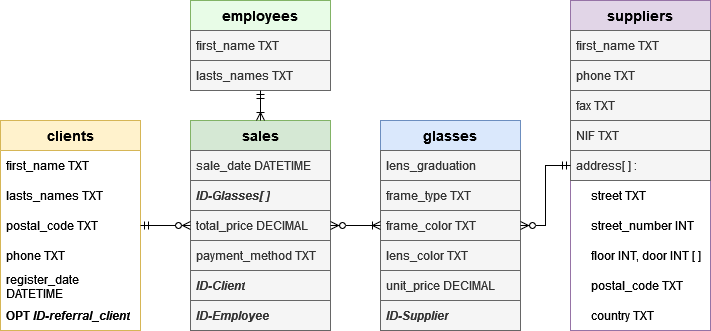
Before: T3_mongodb/modelOptica.drawio.png, a diagram exported from draw.io (carlajuani/Sprint2). Source tidied: cells renumbered, new cells last; positions are measured from the earlier drawing's top-left corner, leaving out a move shared by most shapes. Its diagram source:
```xml
<mxGraphModel>
  <root>
    <mxCell id="0" />
    <mxCell id="1" parent="0" />
    <mxCell id="2" value="&lt;font style=&quot;font-size: 14px;&quot;&gt;&lt;b&gt;employees&lt;/b&gt;&lt;/font&gt;" style="swimlane;fontStyle=0;horizontal=1;startSize=30;whiteSpace=wrap;html=1;fillColor=#E8FCE7;strokeColor=#82b366;" parent="1" vertex="1">
      <mxGeometry x="190" width="140" height="90" as="geometry" />
    </mxCell>
    <mxCell id="3" value="first_name TXT" style="text;strokeColor=#666666;fillColor=#f5f5f5;align=left;verticalAlign=middle;spacingLeft=4;spacingRight=4;overflow=hidden;whiteSpace=wrap;html=1;fontColor=#333333;" parent="2" vertex="1">
      <mxGeometry y="30" width="140" height="30" as="geometry" />
    </mxCell>
    <mxCell id="4" value="lasts_names TXT" style="text;strokeColor=#666666;fillColor=#f5f5f5;align=left;verticalAlign=middle;spacingLeft=4;spacingRight=4;overflow=hidden;whiteSpace=wrap;html=1;fontColor=#333333;" parent="2" vertex="1">
      <mxGeometry y="60" width="140" height="30" as="geometry" />
    </mxCell>
    <mxCell id="5" value="&lt;font size=&quot;1&quot;&gt;&lt;b style=&quot;font-size: 14px;&quot;&gt;sales&lt;/b&gt;&lt;/font&gt;" style="swimlane;fontStyle=0;horizontal=1;startSize=30;whiteSpace=wrap;html=1;fillColor=#d5e8d4;strokeColor=#82b366;" parent="1" vertex="1">
      <mxGeometry x="190" y="120" width="140" height="210" as="geometry" />
    </mxCell>
    <mxCell id="6" value="sale_date DATETIME" style="text;strokeColor=#666666;fillColor=#f5f5f5;align=left;verticalAlign=middle;spacingLeft=4;spacingRight=4;overflow=hidden;whiteSpace=wrap;html=1;fontColor=#333333;" parent="5" vertex="1">
      <mxGeometry y="30" width="140" height="30" as="geometry" />
    </mxCell>
    <mxCell id="7" value="&lt;b&gt;&lt;i&gt;ID-Glasses[ ]&lt;/i&gt;&lt;/b&gt;" style="text;strokeColor=#666666;fillColor=#f5f5f5;align=left;verticalAlign=middle;spacingLeft=4;spacingRight=4;overflow=hidden;whiteSpace=wrap;html=1;fontColor=#333333;" parent="5" vertex="1">
      <mxGeometry y="60" width="140" height="30" as="geometry" />
    </mxCell>
    <mxCell id="8" value="total_price DECIMAL" style="text;strokeColor=#666666;fillColor=#f5f5f5;align=left;verticalAlign=middle;spacingLeft=4;spacingRight=4;overflow=hidden;whiteSpace=wrap;html=1;fontColor=#333333;" parent="5" vertex="1">
      <mxGeometry y="90" width="140" height="30" as="geometry" />
    </mxCell>
    <mxCell id="9" value="payment_method TXT" style="text;strokeColor=#666666;fillColor=#f5f5f5;align=left;verticalAlign=middle;spacingLeft=4;spacingRight=4;overflow=hidden;whiteSpace=wrap;html=1;fontColor=#333333;" parent="5" vertex="1">
      <mxGeometry y="120" width="140" height="30" as="geometry" />
    </mxCell>
    <mxCell id="10" value="&lt;i&gt;&lt;b&gt;ID-Client&lt;/b&gt;&lt;/i&gt;" style="text;strokeColor=#666666;fillColor=#f5f5f5;align=left;verticalAlign=middle;spacingLeft=4;spacingRight=4;overflow=hidden;whiteSpace=wrap;html=1;fontColor=#333333;" parent="5" vertex="1">
      <mxGeometry y="150" width="140" height="30" as="geometry" />
    </mxCell>
    <mxCell id="11" value="&lt;i&gt;&lt;b&gt;ID-Employee&lt;/b&gt;&lt;/i&gt;" style="text;strokeColor=#666666;fillColor=#f5f5f5;align=left;verticalAlign=middle;spacingLeft=4;spacingRight=4;overflow=hidden;whiteSpace=wrap;html=1;fontColor=#333333;" parent="5" vertex="1">
      <mxGeometry y="180" width="140" height="30" as="geometry" />
    </mxCell>
    <mxCell id="12" value="&lt;b&gt;&lt;font style=&quot;font-size: 14px;&quot;&gt;glasses&lt;/font&gt;&lt;/b&gt;" style="swimlane;fontStyle=0;horizontal=1;startSize=30;whiteSpace=wrap;html=1;fillColor=#dae8fc;strokeColor=#6c8ebf;" parent="1" vertex="1">
      <mxGeometry x="380" y="120" width="140" height="210" as="geometry" />
    </mxCell>
    <mxCell id="13" value="lens_graduation" style="text;strokeColor=#666666;fillColor=#f5f5f5;align=left;verticalAlign=middle;spacingLeft=4;spacingRight=4;overflow=hidden;whiteSpace=wrap;html=1;fontColor=#333333;" parent="12" vertex="1">
      <mxGeometry y="30" width="140" height="30" as="geometry" />
    </mxCell>
    <mxCell id="14" value="frame_type TXT" style="text;strokeColor=#666666;fillColor=#f5f5f5;align=left;verticalAlign=middle;spacingLeft=4;spacingRight=4;overflow=hidden;whiteSpace=wrap;html=1;fontColor=#333333;" parent="12" vertex="1">
      <mxGeometry y="60" width="140" height="30" as="geometry" />
    </mxCell>
    <mxCell id="15" value="frame_color TXT" style="text;strokeColor=#666666;fillColor=#f5f5f5;align=left;verticalAlign=middle;spacingLeft=4;spacingRight=4;overflow=hidden;whiteSpace=wrap;html=1;fontColor=#333333;" parent="12" vertex="1">
      <mxGeometry y="90" width="140" height="30" as="geometry" />
    </mxCell>
    <mxCell id="16" value="lens_color TXT" style="text;strokeColor=#666666;fillColor=#f5f5f5;align=left;verticalAlign=middle;spacingLeft=4;spacingRight=4;overflow=hidden;whiteSpace=wrap;html=1;fontColor=#333333;" parent="12" vertex="1">
      <mxGeometry y="120" width="140" height="30" as="geometry" />
    </mxCell>
    <mxCell id="17" value="unit_price DECIMAL" style="text;strokeColor=#666666;fillColor=#f5f5f5;align=left;verticalAlign=middle;spacingLeft=4;spacingRight=4;overflow=hidden;whiteSpace=wrap;html=1;fontColor=#333333;" parent="12" vertex="1">
      <mxGeometry y="150" width="140" height="30" as="geometry" />
    </mxCell>
    <mxCell id="18" value="&lt;i&gt;&lt;b&gt;ID-Supplier&lt;/b&gt;&lt;/i&gt;" style="text;strokeColor=#666666;fillColor=#f5f5f5;align=left;verticalAlign=middle;spacingLeft=4;spacingRight=4;overflow=hidden;whiteSpace=wrap;html=1;fontColor=#333333;" parent="12" vertex="1">
      <mxGeometry y="180" width="140" height="30" as="geometry" />
    </mxCell>
    <mxCell id="19" value="&lt;font size=&quot;1&quot;&gt;&lt;b style=&quot;font-size: 14px;&quot;&gt;clients&lt;/b&gt;&lt;/font&gt;" style="swimlane;fontStyle=0;horizontal=1;startSize=30;whiteSpace=wrap;html=1;fillColor=#fff2cc;strokeColor=#d6b656;" parent="1" vertex="1">
      <mxGeometry y="120" width="140" height="210" as="geometry" />
    </mxCell>
    <mxCell id="20" value="first_name TXT" style="text;strokeColor=none;fillColor=none;align=left;verticalAlign=middle;spacingLeft=4;spacingRight=4;overflow=hidden;whiteSpace=wrap;html=1;" parent="19" vertex="1">
      <mxGeometry y="30" width="140" height="30" as="geometry" />
    </mxCell>
    <mxCell id="21" value="lasts_names TXT" style="text;strokeColor=none;fillColor=none;align=left;verticalAlign=middle;spacingLeft=4;spacingRight=4;overflow=hidden;whiteSpace=wrap;html=1;" parent="19" vertex="1">
      <mxGeometry y="60" width="140" height="30" as="geometry" />
    </mxCell>
    <mxCell id="22" value="postal_code TXT" style="text;align=left;verticalAlign=middle;spacingLeft=4;spacingRight=4;overflow=hidden;whiteSpace=wrap;html=1;shadow=0;glass=0;rounded=0;" parent="19" vertex="1">
      <mxGeometry y="90" width="140" height="30" as="geometry" />
    </mxCell>
    <mxCell id="23" value="phone TXT" style="text;strokeColor=none;fillColor=none;align=left;verticalAlign=middle;spacingLeft=4;spacingRight=4;overflow=hidden;whiteSpace=wrap;html=1;" parent="19" vertex="1">
      <mxGeometry y="120" width="140" height="30" as="geometry" />
    </mxCell>
    <mxCell id="24" value="register_date DATETIME" style="text;strokeColor=none;fillColor=none;align=left;verticalAlign=middle;spacingLeft=4;spacingRight=4;overflow=hidden;whiteSpace=wrap;html=1;" parent="19" vertex="1">
      <mxGeometry y="150" width="140" height="30" as="geometry" />
    </mxCell>
    <mxCell id="25" value="&lt;b&gt;OPT&lt;/b&gt; &lt;i&gt;&lt;b&gt;ID-referral_client&lt;br&gt;&lt;/b&gt;&lt;/i&gt;" style="text;strokeColor=none;fillColor=none;align=left;verticalAlign=middle;spacingLeft=4;spacingRight=4;overflow=hidden;whiteSpace=wrap;html=1;" parent="19" vertex="1">
      <mxGeometry y="180" width="140" height="30" as="geometry" />
    </mxCell>
    <mxCell id="26" value="&lt;font style=&quot;font-size: 14px;&quot;&gt;&lt;b&gt;suppliers&lt;/b&gt;&lt;/font&gt;" style="swimlane;fontStyle=0;horizontal=1;startSize=30;whiteSpace=wrap;html=1;fillColor=#e1d5e7;strokeColor=#9673a6;" parent="1" vertex="1">
      <mxGeometry x="570" width="140" height="330" as="geometry" />
    </mxCell>
    <mxCell id="27" value="first_name TXT" style="text;strokeColor=#666666;fillColor=#f5f5f5;align=left;verticalAlign=middle;spacingLeft=4;spacingRight=4;overflow=hidden;whiteSpace=wrap;html=1;fontColor=#333333;" parent="26" vertex="1">
      <mxGeometry y="30" width="140" height="30" as="geometry" />
    </mxCell>
    <mxCell id="28" value="phone TXT" style="text;strokeColor=#666666;fillColor=#f5f5f5;align=left;verticalAlign=middle;spacingLeft=4;spacingRight=4;overflow=hidden;whiteSpace=wrap;html=1;fontColor=#333333;" parent="26" vertex="1">
      <mxGeometry y="60" width="140" height="30" as="geometry" />
    </mxCell>
    <mxCell id="29" value="fax TXT" style="text;strokeColor=#666666;fillColor=#f5f5f5;align=left;verticalAlign=middle;spacingLeft=4;spacingRight=4;overflow=hidden;whiteSpace=wrap;html=1;fontColor=#333333;" parent="26" vertex="1">
      <mxGeometry y="90" width="140" height="30" as="geometry" />
    </mxCell>
    <mxCell id="30" value="NIF TXT" style="text;strokeColor=#666666;fillColor=#f5f5f5;align=left;verticalAlign=middle;spacingLeft=4;spacingRight=4;overflow=hidden;whiteSpace=wrap;html=1;fontColor=#333333;" parent="26" vertex="1">
      <mxGeometry y="120" width="140" height="30" as="geometry" />
    </mxCell>
    <mxCell id="31" value="address[ ] :" style="text;strokeColor=#666666;fillColor=#f5f5f5;align=left;verticalAlign=middle;spacingLeft=4;spacingRight=4;overflow=hidden;whiteSpace=wrap;html=1;fontColor=#333333;" parent="26" vertex="1">
      <mxGeometry y="150" width="140" height="30" as="geometry" />
    </mxCell>
    <mxCell id="32" value="&amp;nbsp;&amp;nbsp;&amp;nbsp;&amp;nbsp; street TXT" style="text;align=left;verticalAlign=middle;spacingLeft=4;spacingRight=4;overflow=hidden;whiteSpace=wrap;html=1;shadow=0;glass=0;rounded=0;" parent="26" vertex="1">
      <mxGeometry y="180" width="140" height="30" as="geometry" />
    </mxCell>
    <mxCell id="33" value="&amp;nbsp;&amp;nbsp; &amp;nbsp; street_number INT" style="text;align=left;verticalAlign=middle;spacingLeft=4;spacingRight=4;overflow=hidden;whiteSpace=wrap;html=1;shadow=0;glass=0;rounded=0;" parent="26" vertex="1">
      <mxGeometry y="210" width="140" height="30" as="geometry" />
    </mxCell>
    <mxCell id="34" value="&amp;nbsp;&amp;nbsp;&amp;nbsp;&amp;nbsp; floor INT, door INT [ ] " style="text;align=left;verticalAlign=middle;spacingLeft=4;spacingRight=4;overflow=hidden;whiteSpace=wrap;html=1;" parent="26" vertex="1">
      <mxGeometry y="240" width="140" height="30" as="geometry" />
    </mxCell>
    <mxCell id="35" value="&amp;nbsp;&amp;nbsp; &amp;nbsp; postal_code TXT" style="text;align=left;verticalAlign=middle;spacingLeft=4;spacingRight=4;overflow=hidden;whiteSpace=wrap;html=1;shadow=0;glass=0;rounded=0;" parent="26" vertex="1">
      <mxGeometry y="270" width="140" height="30" as="geometry" />
    </mxCell>
    <mxCell id="36" value="&amp;nbsp;&amp;nbsp; &amp;nbsp; country TXT" style="text;align=left;verticalAlign=middle;spacingLeft=4;spacingRight=4;overflow=hidden;whiteSpace=wrap;html=1;shadow=0;glass=0;rounded=0;" parent="26" vertex="1">
      <mxGeometry y="300" width="140" height="30" as="geometry" />
    </mxCell>
    <mxCell id="37" style="edgeStyle=orthogonalEdgeStyle;fontSize=12;html=1;endArrow=ERoneToMany;startArrow=ERmandOne;rounded=0;" parent="1" edge="1" source="2" target="5">
      <mxGeometry relative="1" as="geometry" />
    </mxCell>
    <mxCell id="38" style="fontSize=12;html=1;endArrow=ERzeroToMany;startArrow=ERmandOne;rounded=0;edgeStyle=orthogonalEdgeStyle;" parent="1" edge="1" source="19" target="5">
      <mxGeometry relative="1" as="geometry" />
    </mxCell>
    <mxCell id="39" style="edgeStyle=entityRelationEdgeStyle;fontSize=12;html=1;endArrow=ERoneToMany;startArrow=ERzeroToMany;rounded=0;" parent="1" edge="1" source="5" target="12">
      <mxGeometry relative="1" as="geometry" />
    </mxCell>
    <mxCell id="40" style="edgeStyle=orthogonalEdgeStyle;fontSize=12;html=1;endArrow=ERzeroToMany;startArrow=ERmandOne;rounded=0;" parent="1" edge="1" source="26" target="12">
      <mxGeometry relative="1" as="geometry" />
    </mxCell>
  </root>
</mxGraphModel>
```
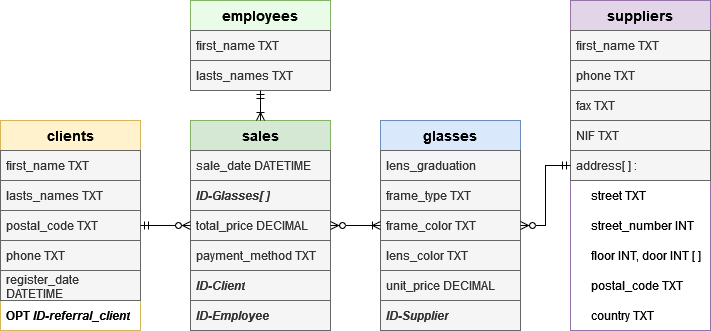
Above is the later version.

Diff of the diagram source:
```diff
@@ -56,19 +56,19 @@
     <mxCell id="19" value="&lt;font size=&quot;1&quot;&gt;&lt;b style=&quot;font-size: 14px;&quot;&gt;clients&lt;/b&gt;&lt;/font&gt;" style="swimlane;fontStyle=0;horizontal=1;startSize=30;whiteSpace=wrap;html=1;fillColor=#fff2cc;strokeColor=#d6b656;" parent="1" vertex="1">
       <mxGeometry y="120" width="140" height="210" as="geometry" />
     </mxCell>
-    <mxCell id="20" value="first_name TXT" style="text;strokeColor=none;fillColor=none;align=left;verticalAlign=middle;spacingLeft=4;spacingRight=4;overflow=hidden;whiteSpace=wrap;html=1;" parent="19" vertex="1">
+    <mxCell id="20" value="first_name TXT" style="text;strokeColor=#666666;fillColor=#f5f5f5;align=left;verticalAlign=middle;spacingLeft=4;spacingRight=4;overflow=hidden;whiteSpace=wrap;html=1;fontColor=#333333;" parent="19" vertex="1">
       <mxGeometry y="30" width="140" height="30" as="geometry" />
     </mxCell>
-    <mxCell id="21" value="lasts_names TXT" style="text;strokeColor=none;fillColor=none;align=left;verticalAlign=middle;spacingLeft=4;spacingRight=4;overflow=hidden;whiteSpace=wrap;html=1;" parent="19" vertex="1">
+    <mxCell id="21" value="lasts_names TXT" style="text;strokeColor=#666666;fillColor=#f5f5f5;align=left;verticalAlign=middle;spacingLeft=4;spacingRight=4;overflow=hidden;whiteSpace=wrap;html=1;fontColor=#333333;" parent="19" vertex="1">
       <mxGeometry y="60" width="140" height="30" as="geometry" />
     </mxCell>
-    <mxCell id="22" value="postal_code TXT" style="text;align=left;verticalAlign=middle;spacingLeft=4;spacingRight=4;overflow=hidden;whiteSpace=wrap;html=1;shadow=0;glass=0;rounded=0;" parent="19" vertex="1">
+    <mxCell id="22" value="postal_code TXT" style="text;align=left;verticalAlign=middle;spacingLeft=4;spacingRight=4;overflow=hidden;whiteSpace=wrap;html=1;shadow=0;glass=0;rounded=0;fillColor=#f5f5f5;fontColor=#333333;strokeColor=#666666;" parent="19" vertex="1">
       <mxGeometry y="90" width="140" height="30" as="geometry" />
     </mxCell>
-    <mxCell id="23" value="phone TXT" style="text;strokeColor=none;fillColor=none;align=left;verticalAlign=middle;spacingLeft=4;spacingRight=4;overflow=hidden;whiteSpace=wrap;html=1;" parent="19" vertex="1">
+    <mxCell id="23" value="phone TXT" style="text;strokeColor=#666666;fillColor=#f5f5f5;align=left;verticalAlign=middle;spacingLeft=4;spacingRight=4;overflow=hidden;whiteSpace=wrap;html=1;fontColor=#333333;" parent="19" vertex="1">
       <mxGeometry y="120" width="140" height="30" as="geometry" />
     </mxCell>
-    <mxCell id="24" value="register_date DATETIME" style="text;strokeColor=none;fillColor=none;align=left;verticalAlign=middle;spacingLeft=4;spacingRight=4;overflow=hidden;whiteSpace=wrap;html=1;" parent="19" vertex="1">
+    <mxCell id="24" value="register_date DATETIME" style="text;strokeColor=#666666;fillColor=#f5f5f5;align=left;verticalAlign=middle;spacingLeft=4;spacingRight=4;overflow=hidden;whiteSpace=wrap;html=1;fontColor=#333333;" parent="19" vertex="1">
       <mxGeometry y="150" width="140" height="30" as="geometry" />
     </mxCell>
     <mxCell id="25" value="&lt;b&gt;OPT&lt;/b&gt; &lt;i&gt;&lt;b&gt;ID-referral_client&lt;br&gt;&lt;/b&gt;&lt;/i&gt;" style="text;strokeColor=none;fillColor=none;align=left;verticalAlign=middle;spacingLeft=4;spacingRight=4;overflow=hidden;whiteSpace=wrap;html=1;" parent="19" vertex="1">
```
